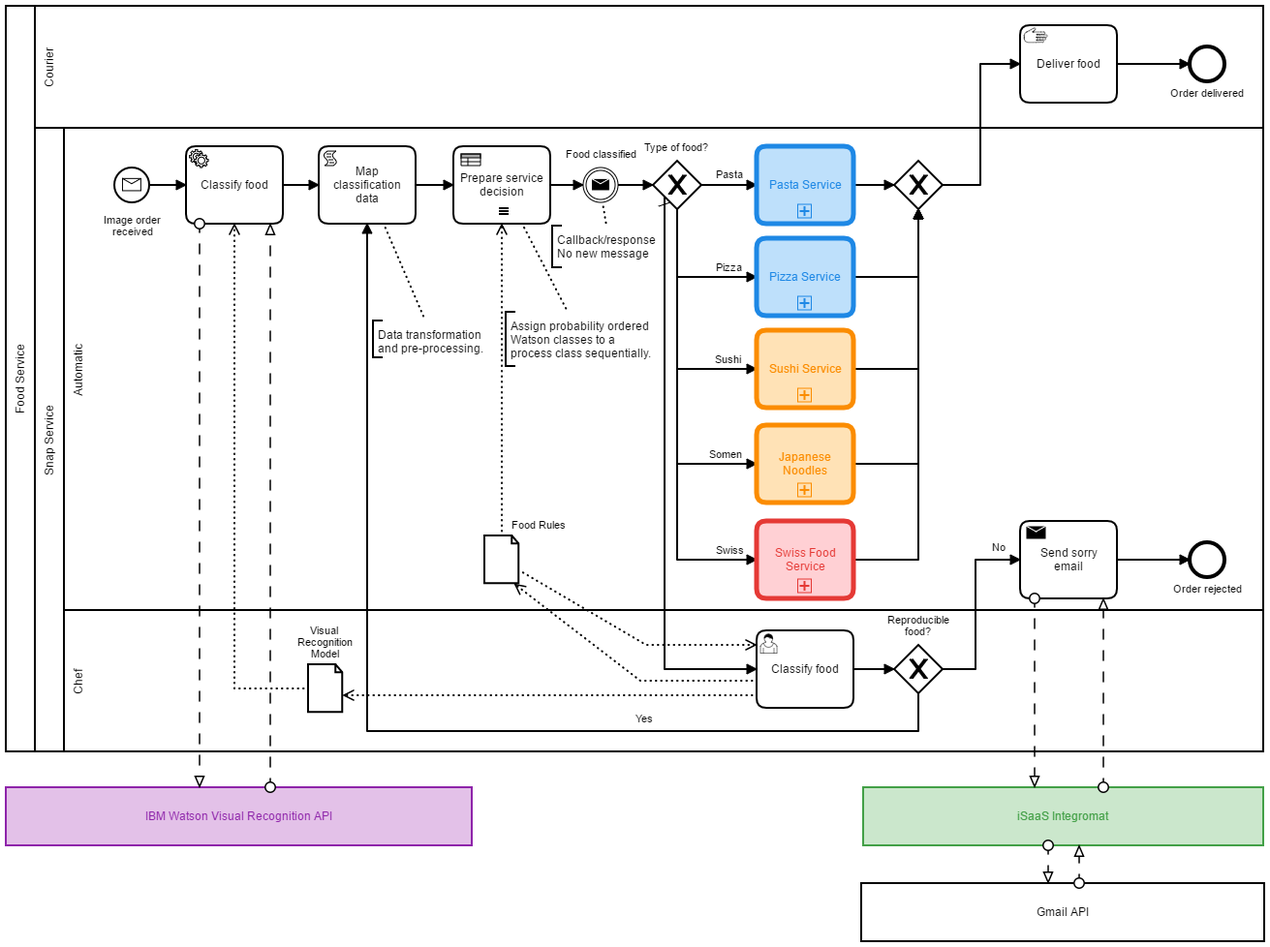
DigiBP/digibp-food-inc keeps this BPMN diagram as images/food-snap-service-ai-response.png. Above is the earlier version. Its source is kept beside it as src/main/resources/modelling/food-snap-service/food-snap-service-ai-response.bpmn. Ids are renumbered.
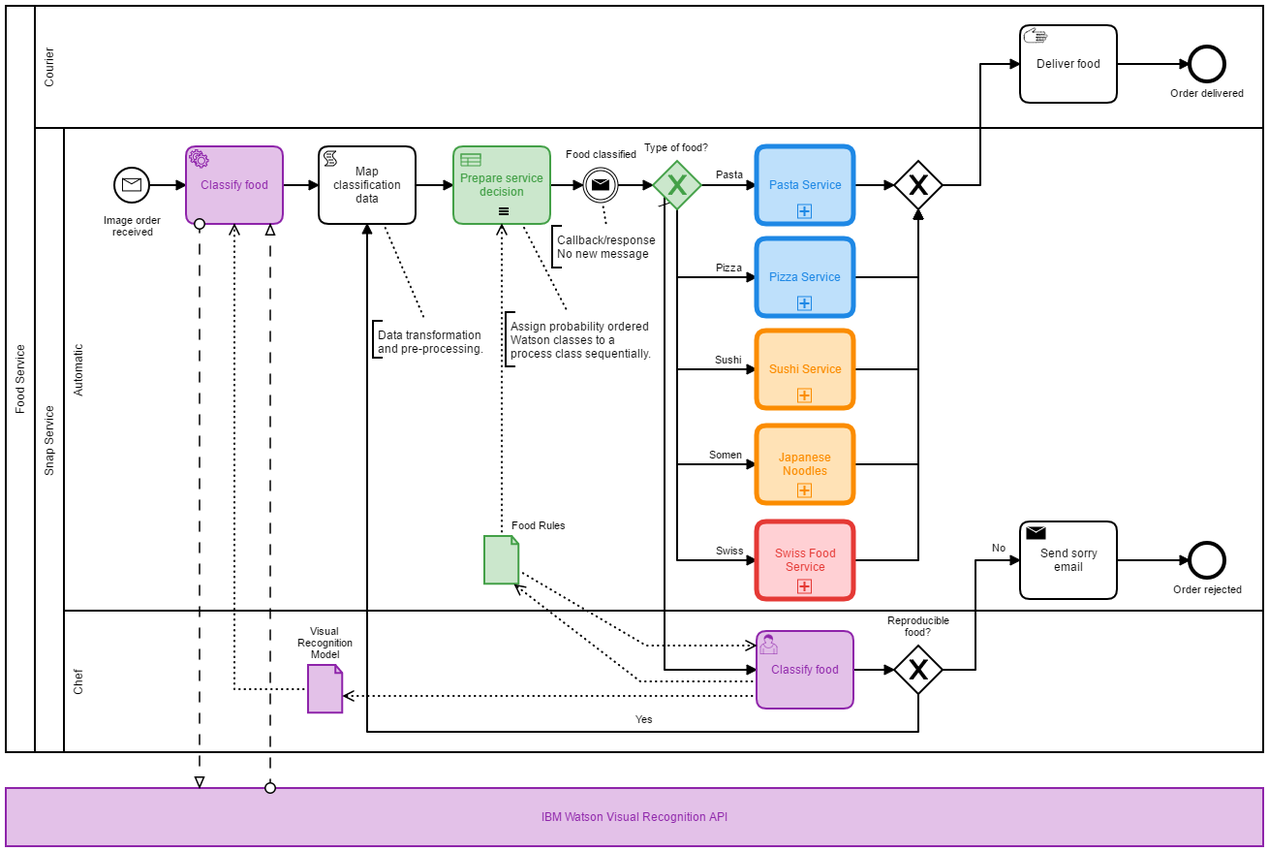
The same diagram one commit later.

What changed in the source:
```diff
@@ -201,7 +201,6 @@
         foodClassesCollection[resultClass] = classificationResponseObj.images[0].classifiers[0].classes[resultClass];
     }
     execution.setVariable("foodClasses", foodClasses.toString());
-    execution.setVariable("foodClassificationRaw", JSON.stringify(foodClassesCollection));
     execution.setVariable("foodClassesCollection", S(JSON.stringify(foodClassesCollection)));
 } else {
     var foodClasses = foodClasses.split(",");
```
